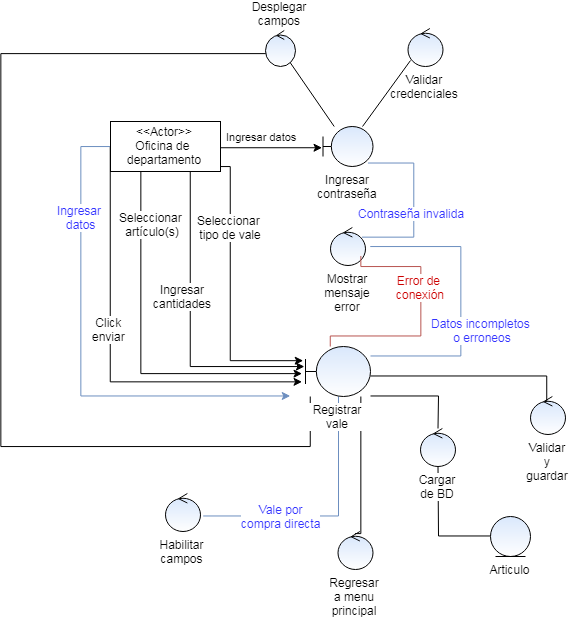
Earlier version of the draw.io export documentacion/Diagramas de robustez/CU-01.png (ipe-ver/sipever). Source tidied: cells renumbered, new cells last; positions are measured from the earlier drawing's top-left corner, leaving out a move shared by most shapes.
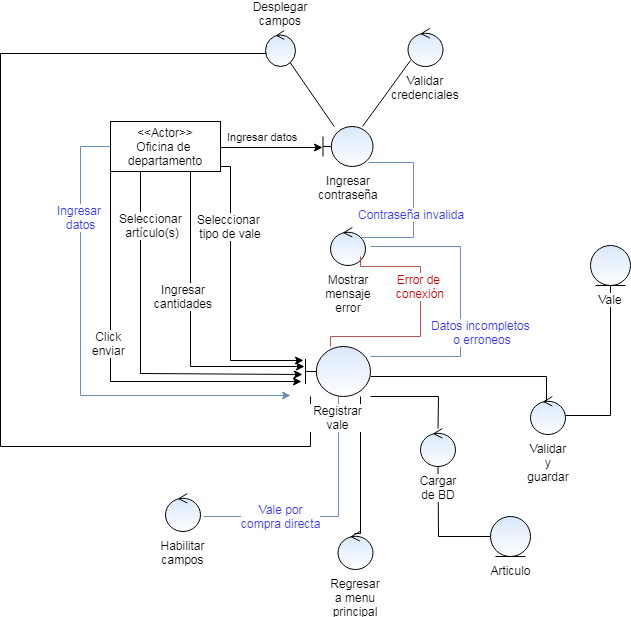
The same file after the commit.

Commit message:
agrego diagramas de robustez faltantes y diagrama relacional final

The edit, as a diff of the source:
```diff
@@ -193,6 +193,9 @@
     <mxCell id="35" value="Cargar de BD" style="ellipse;shape=umlControl;whiteSpace=wrap;html=1;labelPosition=center;verticalLabelPosition=bottom;align=center;verticalAlign=top;fillColor=#DAE8FC;strokeColor=#000000;gradientColor=#ffffff;labelBackgroundColor=#ffffff;" parent="1" vertex="1">
       <mxGeometry x="420" y="400" width="35" height="38" as="geometry" />
     </mxCell>
+    <mxCell id="39" style="edgeStyle=orthogonalEdgeStyle;rounded=0;jettySize=auto;html=1;entryX=0.5;entryY=1;entryDx=0;entryDy=0;endArrow=none;endFill=0;" parent="1" edge="1" source="36" target="40">
+      <mxGeometry relative="1" as="geometry" />
+    </mxCell>
     <mxCell id="36" value="Validar y guardar" style="ellipse;shape=umlControl;whiteSpace=wrap;html=1;labelPosition=center;verticalLabelPosition=bottom;align=center;verticalAlign=top;fillColor=#DAE8FC;strokeColor=#000000;gradientColor=#ffffff;labelBackgroundColor=#ffffff;" parent="1" vertex="1">
       <mxGeometry x="530" y="368" width="35" height="38" as="geometry" />
     </mxCell>
@@ -202,5 +205,8 @@
     <mxCell id="38" value="Habilitar campos" style="ellipse;shape=umlControl;whiteSpace=wrap;html=1;labelPosition=center;verticalLabelPosition=bottom;align=center;verticalAlign=top;fillColor=#DAE8FC;strokeColor=#000000;gradientColor=#ffffff;labelBackgroundColor=#ffffff;" parent="1" vertex="1">
       <mxGeometry x="165" y="465" width="35" height="38" as="geometry" />
     </mxCell>
+    <mxCell id="40" value="Vale" style="ellipse;shape=umlEntity;whiteSpace=wrap;html=1;labelPosition=center;verticalLabelPosition=bottom;align=center;verticalAlign=top;fillColor=#dae8fc;strokeColor=#000000;gradientColor=#ffffff;labelBackgroundColor=#ffffff;" parent="1" vertex="1">
+      <mxGeometry x="590" y="217" width="40" height="40" as="geometry" />
+    </mxCell>
   </root>
 </mxGraphModel>
```
